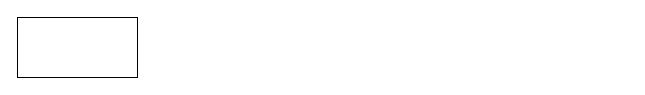
This is 未命名绘图.drawio from jankin3/study-docs, a draw.io file, before an edit. Source tidied: cells renumbered, new cells numbered last; positions are measured from the earlier drawing's top-left corner, leaving out a move shared by most shapes. Both pictures are drawn from the tidied source at 100%, with x=0, y=0 at pixel (17, 17).
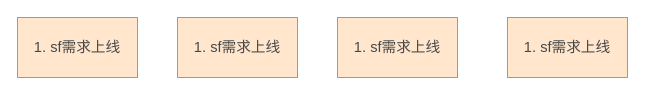
After the change.

Commit message:
更新未命名绘图.drawio

Change to the diagram source:
```diff
@@
 <mxGraphModel>
   <root>
     <mxCell id="0" />
     <mxCell id="1" parent="0" />
-    <mxCell id="2" style="rounded=0;whiteSpace=wrap;html=1;" parent="1" vertex="1">
+    <mxCell id="2" value="&lt;span&gt;&lt;li style=&quot;margin-bottom: 0pt;margin-top: 0pt;font-size: 11pt;color: #494949;line-height: 1.7;list-style-type: decimal;&quot; class=&quot;&quot;&gt;&lt;span style=&quot;&quot; class=&quot;ql-author-10000076594&quot;&gt;sf需求上线&lt;/span&gt;&lt;/li&gt;&lt;/span&gt;" style="rounded=0;whiteSpace=wrap;html=1;fillColor=#ffe6cc;strokeColor=#d79b00;" parent="1" vertex="1">
       <mxGeometry width="120" height="60" as="geometry" />
     </mxCell>
+    <mxCell id="3" value="&lt;span&gt;&lt;li style=&quot;margin-bottom: 0pt;margin-top: 0pt;font-size: 11pt;color: #494949;line-height: 1.7;list-style-type: decimal;&quot; class=&quot;&quot;&gt;&lt;span style=&quot;&quot; class=&quot;ql-author-10000076594&quot;&gt;sf需求上线&lt;/span&gt;&lt;/li&gt;&lt;/span&gt;" style="rounded=0;whiteSpace=wrap;html=1;fillColor=#ffe6cc;strokeColor=#d79b00;" parent="1" vertex="1">
+      <mxGeometry x="160" width="120" height="60" as="geometry" />
+    </mxCell>
+    <mxCell id="4" value="&lt;span&gt;&lt;li style=&quot;margin-bottom: 0pt;margin-top: 0pt;font-size: 11pt;color: #494949;line-height: 1.7;list-style-type: decimal;&quot; class=&quot;&quot;&gt;&lt;span style=&quot;&quot; class=&quot;ql-author-10000076594&quot;&gt;sf需求上线&lt;/span&gt;&lt;/li&gt;&lt;/span&gt;" style="rounded=0;whiteSpace=wrap;html=1;fillColor=#ffe6cc;strokeColor=#d79b00;" parent="1" vertex="1">
+      <mxGeometry x="320" width="120" height="60" as="geometry" />
+    </mxCell>
+    <mxCell id="5" value="&lt;span&gt;&lt;li style=&quot;margin-bottom: 0pt;margin-top: 0pt;font-size: 11pt;color: #494949;line-height: 1.7;list-style-type: decimal;&quot; class=&quot;&quot;&gt;&lt;span style=&quot;&quot; class=&quot;ql-author-10000076594&quot;&gt;sf需求上线&lt;/span&gt;&lt;/li&gt;&lt;/span&gt;" style="rounded=0;whiteSpace=wrap;html=1;fillColor=#ffe6cc;strokeColor=#d79b00;" parent="1" vertex="1">
+      <mxGeometry x="490" width="120" height="60" as="geometry" />
+    </mxCell>
   </root>
 </mxGraphModel>
```
